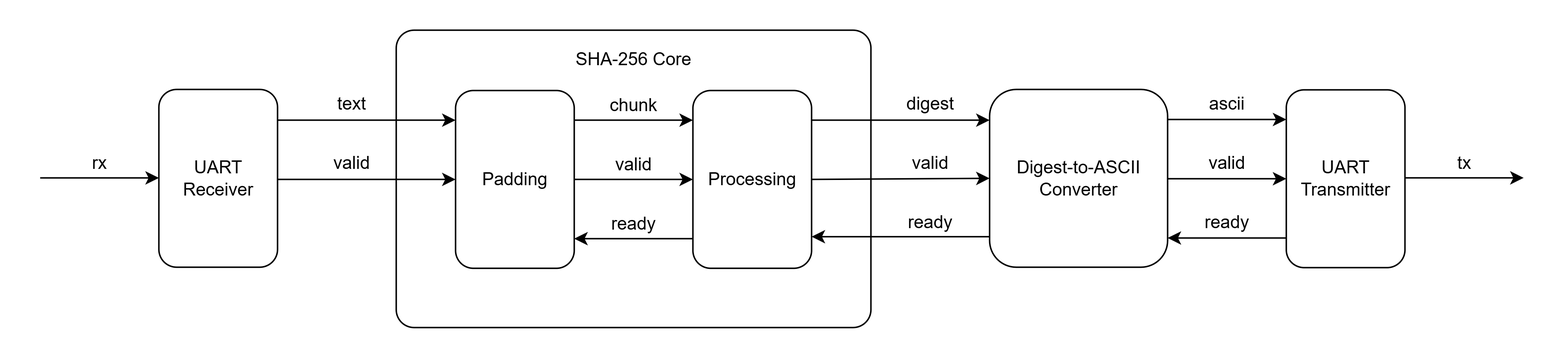
JackPonder/sha-256-core keeps this draw.io diagram as docs/block-diagram.png. Above is the earlier version. Source tidied: cells renumbered, new cells last; positions are measured from the earlier drawing's top-left corner, leaving out a move shared by most shapes. The source it was exported from:
```xml
<mxGraphModel>
  <root>
    <mxCell id="0" />
    <mxCell id="1" parent="0" />
    <mxCell id="2" value="UART&lt;div&gt;Receiver&lt;/div&gt;" style="rounded=1;whiteSpace=wrap;html=1;" parent="1" vertex="1">
      <mxGeometry x="80" y="40.3" width="80" height="120" as="geometry" />
    </mxCell>
    <mxCell id="3" style="endArrow=classic;html=1;rounded=0;" parent="1" edge="1">
      <mxGeometry relative="1" as="geometry">
        <mxPoint y="100" as="sourcePoint" />
        <mxPoint x="80" y="100" as="targetPoint" />
      </mxGeometry>
    </mxCell>
    <mxCell id="4" value="rx" style="text;html=1;whiteSpace=wrap;strokeColor=none;fillColor=none;align=center;verticalAlign=middle;rounded=0;" parent="1" vertex="1">
      <mxGeometry x="20" y="80.3" width="40" height="20" as="geometry" />
    </mxCell>
    <mxCell id="5" style="rounded=1;whiteSpace=wrap;html=1;arcSize=6;" parent="1" vertex="1">
      <mxGeometry x="240" y="0.3" width="320" height="200.7" as="geometry" />
    </mxCell>
    <mxCell id="6" value="Digest-to-ASCII&lt;div&gt;Converter&lt;/div&gt;" style="rounded=1;whiteSpace=wrap;html=1;" parent="1" vertex="1">
      <mxGeometry x="640" y="40.3" width="120" height="120" as="geometry" />
    </mxCell>
    <mxCell id="7" style="endArrow=classic;html=1;rounded=0;" parent="1" edge="1">
      <mxGeometry relative="1" as="geometry">
        <mxPoint x="760" y="60.6" as="sourcePoint" />
        <mxPoint x="840" y="60.6" as="targetPoint" />
      </mxGeometry>
    </mxCell>
    <mxCell id="8" style="endArrow=classic;html=1;rounded=0;" parent="1" edge="1">
      <mxGeometry relative="1" as="geometry">
        <mxPoint x="760" y="100.6" as="sourcePoint" />
        <mxPoint x="840" y="100.6" as="targetPoint" />
      </mxGeometry>
    </mxCell>
    <mxCell id="9" style="endArrow=classic;html=1;rounded=0;" parent="1" edge="1">
      <mxGeometry relative="1" as="geometry">
        <mxPoint x="840" y="140.6" as="sourcePoint" />
        <mxPoint x="760" y="140.6" as="targetPoint" />
      </mxGeometry>
    </mxCell>
    <mxCell id="10" value="ascii" style="text;html=1;whiteSpace=wrap;strokeColor=none;fillColor=none;align=center;verticalAlign=middle;rounded=0;" parent="1" vertex="1">
      <mxGeometry x="780" y="40.6" width="40" height="20" as="geometry" />
    </mxCell>
    <mxCell id="11" value="valid" style="text;html=1;whiteSpace=wrap;strokeColor=none;fillColor=none;align=center;verticalAlign=middle;rounded=0;" parent="1" vertex="1">
      <mxGeometry x="780" y="80.6" width="40" height="20" as="geometry" />
    </mxCell>
    <mxCell id="12" value="ready" style="text;html=1;whiteSpace=wrap;strokeColor=none;fillColor=none;align=center;verticalAlign=middle;rounded=0;" parent="1" vertex="1">
      <mxGeometry x="780" y="120.6" width="40" height="20" as="geometry" />
    </mxCell>
    <mxCell id="13" value="UART&lt;div&gt;Transmitter&lt;/div&gt;" style="rounded=1;whiteSpace=wrap;html=1;" parent="1" vertex="1">
      <mxGeometry x="840" y="40.6" width="80" height="120" as="geometry" />
    </mxCell>
    <mxCell id="14" style="endArrow=classic;html=1;rounded=0;" parent="1" edge="1">
      <mxGeometry relative="1" as="geometry">
        <mxPoint x="920" y="100" as="sourcePoint" />
        <mxPoint x="1000" y="100" as="targetPoint" />
      </mxGeometry>
    </mxCell>
    <mxCell id="15" value="tx" style="text;html=1;whiteSpace=wrap;strokeColor=none;fillColor=none;align=center;verticalAlign=middle;rounded=0;" parent="1" vertex="1">
      <mxGeometry x="940" y="80.2" width="40" height="20" as="geometry" />
    </mxCell>
    <mxCell id="16" value="Padding" style="rounded=1;whiteSpace=wrap;html=1;" parent="1" vertex="1">
      <mxGeometry x="280" y="41" width="80" height="120" as="geometry" />
    </mxCell>
    <mxCell id="17" value="Processing" style="rounded=1;whiteSpace=wrap;html=1;" parent="1" vertex="1">
      <mxGeometry x="440" y="41" width="80" height="120" as="geometry" />
    </mxCell>
    <mxCell id="18" style="endArrow=classic;html=1;rounded=0;" parent="1" edge="1">
      <mxGeometry relative="1" as="geometry">
        <mxPoint x="360" y="61" as="sourcePoint" />
        <mxPoint x="440" y="61" as="targetPoint" />
      </mxGeometry>
    </mxCell>
    <mxCell id="19" style="endArrow=classic;html=1;rounded=0;" parent="1" edge="1">
      <mxGeometry relative="1" as="geometry">
        <mxPoint x="360" y="101" as="sourcePoint" />
        <mxPoint x="440" y="101" as="targetPoint" />
      </mxGeometry>
    </mxCell>
    <mxCell id="20" style="endArrow=classic;html=1;rounded=0;" parent="1" edge="1">
      <mxGeometry relative="1" as="geometry">
        <mxPoint x="440" y="141" as="sourcePoint" />
        <mxPoint x="360" y="141" as="targetPoint" />
      </mxGeometry>
    </mxCell>
    <mxCell id="21" value="chunk" style="text;html=1;whiteSpace=wrap;strokeColor=none;fillColor=none;align=center;verticalAlign=middle;rounded=0;" parent="1" vertex="1">
      <mxGeometry x="380" y="41" width="40" height="20" as="geometry" />
    </mxCell>
    <mxCell id="22" value="valid" style="text;html=1;whiteSpace=wrap;strokeColor=none;fillColor=none;align=center;verticalAlign=middle;rounded=0;" parent="1" vertex="1">
      <mxGeometry x="380" y="81" width="40" height="20" as="geometry" />
    </mxCell>
    <mxCell id="23" value="ready" style="text;html=1;whiteSpace=wrap;strokeColor=none;fillColor=none;align=center;verticalAlign=middle;rounded=0;" parent="1" vertex="1">
      <mxGeometry x="380" y="121" width="40" height="20" as="geometry" />
    </mxCell>
    <mxCell id="24" style="endArrow=classic;html=1;rounded=0;" parent="1" edge="1">
      <mxGeometry relative="1" as="geometry">
        <mxPoint x="520" y="61" as="sourcePoint" />
        <mxPoint x="640" y="61" as="targetPoint" />
      </mxGeometry>
    </mxCell>
    <mxCell id="25" style="endArrow=classic;html=1;rounded=0;exitX=1;exitY=0.5;exitDx=0;exitDy=0;" parent="1" edge="1" source="17">
      <mxGeometry relative="1" as="geometry">
        <mxPoint x="640" y="100.3" as="targetPoint" />
      </mxGeometry>
    </mxCell>
    <mxCell id="26" style="endArrow=classic;html=1;rounded=0;" parent="1" edge="1">
      <mxGeometry relative="1" as="geometry">
        <mxPoint x="640" y="139.7" as="sourcePoint" />
        <mxPoint x="520" y="139.7" as="targetPoint" />
      </mxGeometry>
    </mxCell>
    <mxCell id="27" value="digest" style="text;html=1;whiteSpace=wrap;strokeColor=none;fillColor=none;align=center;verticalAlign=middle;rounded=0;" parent="1" vertex="1">
      <mxGeometry x="580" y="40.3" width="40" height="20" as="geometry" />
    </mxCell>
    <mxCell id="28" value="valid" style="text;html=1;whiteSpace=wrap;strokeColor=none;fillColor=none;align=center;verticalAlign=middle;rounded=0;" parent="1" vertex="1">
      <mxGeometry x="580" y="80.3" width="40" height="20" as="geometry" />
    </mxCell>
    <mxCell id="29" value="ready" style="text;html=1;whiteSpace=wrap;strokeColor=none;fillColor=none;align=center;verticalAlign=middle;rounded=0;" parent="1" vertex="1">
      <mxGeometry x="580" y="120.3" width="40" height="20" as="geometry" />
    </mxCell>
    <mxCell id="30" style="endArrow=classic;html=1;rounded=0;" parent="1" edge="1">
      <mxGeometry relative="1" as="geometry">
        <mxPoint x="160" y="61" as="sourcePoint" />
        <mxPoint x="280" y="61" as="targetPoint" />
      </mxGeometry>
    </mxCell>
    <mxCell id="31" style="endArrow=classic;html=1;rounded=0;entryX=0;entryY=0.5;entryDx=0;entryDy=0;" parent="1" edge="1" target="16">
      <mxGeometry relative="1" as="geometry">
        <mxPoint x="160" y="101" as="sourcePoint" />
      </mxGeometry>
    </mxCell>
    <mxCell id="32" value="text" style="text;html=1;whiteSpace=wrap;strokeColor=none;fillColor=none;align=center;verticalAlign=middle;rounded=0;" parent="1" vertex="1">
      <mxGeometry x="190" y="40.6" width="40" height="20" as="geometry" />
    </mxCell>
    <mxCell id="33" value="valid" style="text;html=1;whiteSpace=wrap;strokeColor=none;fillColor=none;align=center;verticalAlign=middle;rounded=0;" parent="1" vertex="1">
      <mxGeometry x="190" y="80.6" width="40" height="20" as="geometry" />
    </mxCell>
    <mxCell id="34" value="SHA-256 Core" style="text;html=1;whiteSpace=wrap;strokeColor=none;fillColor=none;align=center;verticalAlign=middle;rounded=0;" parent="1" vertex="1">
      <mxGeometry x="340" y="0.3" width="120" height="40" as="geometry" />
    </mxCell>
  </root>
</mxGraphModel>
```
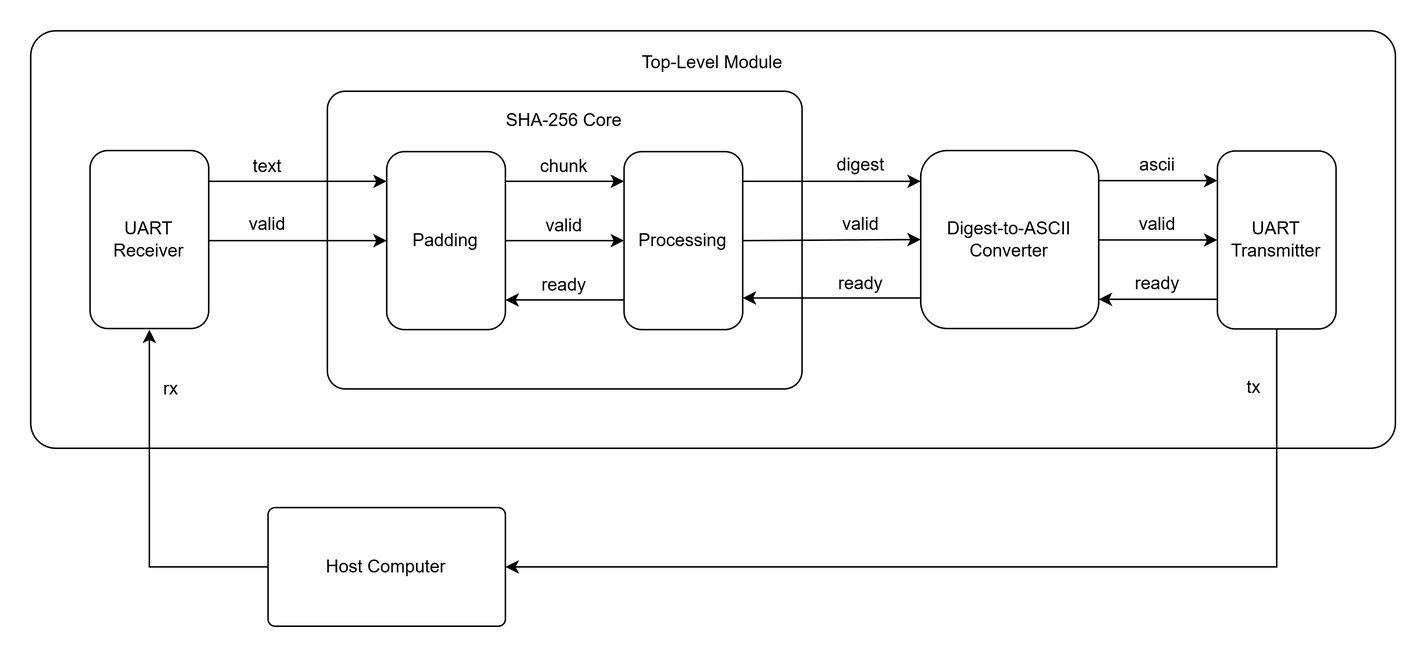
After the change.

Commit message:
updated block diagram

The edit, as a diff of the source:
```diff
@@ -2,17 +2,14 @@
   <root>
     <mxCell id="0" />
     <mxCell id="1" parent="0" />
+    <mxCell id="35" style="rounded=1;whiteSpace=wrap;html=1;arcSize=6;" parent="1" vertex="1">
+      <mxGeometry x="40" y="-40.5" width="920" height="281.5" as="geometry" />
+    </mxCell>
     <mxCell id="2" value="UART&lt;div&gt;Receiver&lt;/div&gt;" style="rounded=1;whiteSpace=wrap;html=1;" parent="1" vertex="1">
       <mxGeometry x="80" y="40.3" width="80" height="120" as="geometry" />
     </mxCell>
-    <mxCell id="3" style="endArrow=classic;html=1;rounded=0;" parent="1" edge="1">
-      <mxGeometry relative="1" as="geometry">
-        <mxPoint y="100" as="sourcePoint" />
-        <mxPoint x="80" y="100" as="targetPoint" />
-      </mxGeometry>
-    </mxCell>
     <mxCell id="4" value="rx" style="text;html=1;whiteSpace=wrap;strokeColor=none;fillColor=none;align=center;verticalAlign=middle;rounded=0;" parent="1" vertex="1">
-      <mxGeometry x="20" y="80.3" width="40" height="20" as="geometry" />
+      <mxGeometry x="120" y="161" width="30" height="81" as="geometry" />
     </mxCell>
     <mxCell id="5" style="rounded=1;whiteSpace=wrap;html=1;arcSize=6;" parent="1" vertex="1">
       <mxGeometry x="240" y="0.3" width="320" height="200.7" as="geometry" />
@@ -50,14 +47,8 @@
     <mxCell id="13" value="UART&lt;div&gt;Transmitter&lt;/div&gt;" style="rounded=1;whiteSpace=wrap;html=1;" parent="1" vertex="1">
       <mxGeometry x="840" y="40.6" width="80" height="120" as="geometry" />
     </mxCell>
-    <mxCell id="14" style="endArrow=classic;html=1;rounded=0;" parent="1" edge="1">
-      <mxGeometry relative="1" as="geometry">
-        <mxPoint x="920" y="100" as="sourcePoint" />
-        <mxPoint x="1000" y="100" as="targetPoint" />
-      </mxGeometry>
-    </mxCell>
     <mxCell id="15" value="tx" style="text;html=1;whiteSpace=wrap;strokeColor=none;fillColor=none;align=center;verticalAlign=middle;rounded=0;" parent="1" vertex="1">
-      <mxGeometry x="940" y="80.2" width="40" height="20" as="geometry" />
+      <mxGeometry x="850" y="160.3" width="30" height="80" as="geometry" />
     </mxCell>
     <mxCell id="16" value="Padding" style="rounded=1;whiteSpace=wrap;html=1;" parent="1" vertex="1">
       <mxGeometry x="280" y="41" width="80" height="120" as="geometry" />
@@ -130,13 +121,34 @@
       </mxGeometry>
     </mxCell>
     <mxCell id="32" value="text" style="text;html=1;whiteSpace=wrap;strokeColor=none;fillColor=none;align=center;verticalAlign=middle;rounded=0;" parent="1" vertex="1">
-      <mxGeometry x="190" y="40.6" width="40" height="20" as="geometry" />
+      <mxGeometry x="160" y="41" width="80" height="20" as="geometry" />
     </mxCell>
     <mxCell id="33" value="valid" style="text;html=1;whiteSpace=wrap;strokeColor=none;fillColor=none;align=center;verticalAlign=middle;rounded=0;" parent="1" vertex="1">
-      <mxGeometry x="190" y="80.6" width="40" height="20" as="geometry" />
+      <mxGeometry x="160" y="80.6" width="80" height="20" as="geometry" />
     </mxCell>
     <mxCell id="34" value="SHA-256 Core" style="text;html=1;whiteSpace=wrap;strokeColor=none;fillColor=none;align=center;verticalAlign=middle;rounded=0;" parent="1" vertex="1">
       <mxGeometry x="340" y="0.3" width="120" height="40" as="geometry" />
     </mxCell>
+    <mxCell id="36" value="Top-Level Module" style="text;html=1;whiteSpace=wrap;strokeColor=none;fillColor=none;align=center;verticalAlign=middle;rounded=0;" parent="1" vertex="1">
+      <mxGeometry x="40" y="-29" width="920" height="20" as="geometry" />
+    </mxCell>
+    <mxCell id="37" value="Host Computer" style="rounded=1;whiteSpace=wrap;html=1;arcSize=6;" parent="1" vertex="1">
+      <mxGeometry x="200" y="281" width="160" height="80" as="geometry" />
+    </mxCell>
+    <mxCell id="38" style="endArrow=classic;html=1;rounded=0;exitX=0;exitY=0.5;exitDx=0;exitDy=0;" parent="1" edge="1" source="37">
+      <mxGeometry relative="1" as="geometry">
+        <mxPoint x="120" y="161" as="targetPoint" />
+        <Array as="points">
+          <mxPoint x="120" y="321" />
+        </Array>
+      </mxGeometry>
+    </mxCell>
+    <mxCell id="39" style="endArrow=classic;html=1;rounded=0;entryX=1;entryY=0.5;entryDx=0;entryDy=0;exitX=1;exitY=0;exitDx=0;exitDy=0;" parent="1" edge="1" source="15" target="37">
+      <mxGeometry relative="1" as="geometry">
+        <Array as="points">
+          <mxPoint x="880" y="321" />
+        </Array>
+      </mxGeometry>
+    </mxCell>
   </root>
 </mxGraphModel>
```
